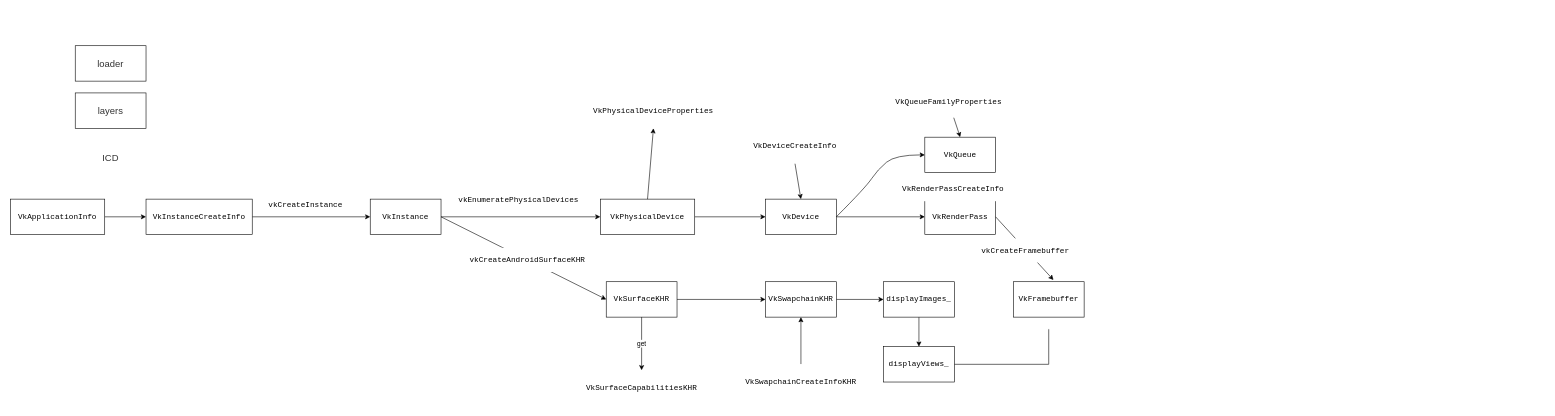
Earlier version of the draw.io diagram vulkan.drawio (loleng/mediatools). Source tidied: cells renumbered, new cells numbered last; positions are measured from the earlier drawing's top-left corner, leaving out a move shared by most shapes. Both pictures are drawn from the tidied source at 59%, with x=0, y=0 at pixel (10, 45).
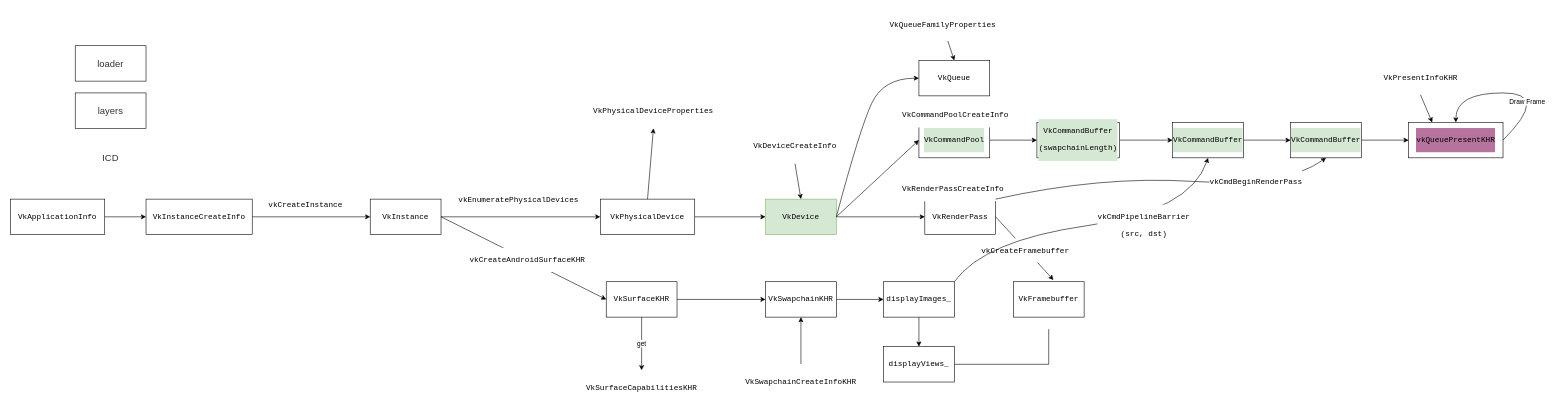
The same diagram, later.

Unchanged cells that the change refers to:
```xml
<mxCell id="36" value="&lt;pre style=&quot;font-family: &amp;quot;jetbrains mono&amp;quot;, monospace; font-size: 9.8pt;&quot;&gt;&lt;span style=&quot;&quot;&gt;VkRenderPass&lt;/span&gt;&lt;/pre&gt;" style="whiteSpace=wrap;html=1;fontColor=#000000;fillColor=#FFFFFF;labelBackgroundColor=#FFFFFF;" parent="1" vertex="1">
  <mxGeometry x="1550" y="260" width="120" height="60" as="geometry" />
</mxCell>
<mxCell id="39" value="&lt;pre style=&quot;font-family: &amp;quot;jetbrains mono&amp;quot;, monospace; font-size: 9.8pt;&quot;&gt;&lt;span style=&quot;&quot;&gt;displayImages_&lt;/span&gt;&lt;/pre&gt;" style="whiteSpace=wrap;html=1;fontColor=#000000;fillColor=#FFFFFF;labelBackgroundColor=#FFFFFF;" parent="1" vertex="1">
  <mxGeometry x="1480" y="400" width="120" height="60" as="geometry" />
</mxCell>
```

The edit, as a diff of the source:
```diff
@@
-    <mxCell id="25" value="&lt;pre style=&quot;font-family: &amp;quot;jetbrains mono&amp;quot;, monospace; font-size: 9.8pt;&quot;&gt;&lt;span style=&quot;&quot;&gt;VkDevice&lt;/span&gt;&lt;/pre&gt;" style="whiteSpace=wrap;html=1;fontColor=#000000;fillColor=#FFFFFF;labelBackgroundColor=#FFFFFF;" parent="1" vertex="1">
+    <mxCell id="25" value="&lt;pre style=&quot;font-family: &amp;quot;jetbrains mono&amp;quot;, monospace; font-size: 9.8pt;&quot;&gt;&lt;span style=&quot;&quot;&gt;VkDevice&lt;/span&gt;&lt;/pre&gt;" style="whiteSpace=wrap;html=1;fillColor=#D5E8D4;labelBackgroundColor=#D5E8D4;strokeColor=#82B366;" parent="1" vertex="1">
       <mxGeometry x="1280" y="260" width="120" height="60" as="geometry" />
     </mxCell>
@@
     <mxCell id="28" value="&lt;pre style=&quot;font-family: &amp;quot;jetbrains mono&amp;quot;, monospace; font-size: 9.8pt;&quot;&gt;&lt;span style=&quot;&quot;&gt;VkQueue&lt;/span&gt;&lt;/pre&gt;" style="whiteSpace=wrap;html=1;fontColor=#000000;fillColor=#FFFFFF;labelBackgroundColor=#FFFFFF;" parent="1" vertex="1">
-      <mxGeometry x="1550" y="155" width="120" height="60" as="geometry" />
+      <mxGeometry x="1540" y="25" width="120" height="60" as="geometry" />
     </mxCell>
     <mxCell id="29" value="&lt;pre style=&quot;font-family: &amp;quot;jetbrains mono&amp;quot;, monospace; font-size: 9.8pt;&quot;&gt;&lt;span style=&quot;&quot;&gt;VkQueueFamilyProperties&lt;/span&gt;&lt;/pre&gt;" style="text;html=1;align=center;verticalAlign=middle;points=[];strokeColor=none;fillColor=none;fontColor=#000000;labelBackgroundColor=default;" parent="1" vertex="1">
-      <mxGeometry x="1490" y="70" width="200" height="50" as="geometry" />
+      <mxGeometry x="1480" y="-60" width="200" height="50" as="geometry" />
     </mxCell>
@@
     <mxCell id="35" style="curved=1;endArrow=classic;html=1;rounded=0;fontColor=#000000;entryX=0;entryY=0.5;entryDx=0;entryDy=0;exitX=1;exitY=0.5;exitDx=0;exitDy=0;" parent="1" edge="1" source="25" target="28">
       <mxGeometry relative="1" as="geometry">
         <Array as="points">
-          <mxPoint x="1450" y="240" />
-          <mxPoint x="1470" y="210" />
-          <mxPoint x="1500" y="185" />
+          <mxPoint x="1440" y="140" />
+          <mxPoint x="1480" y="55" />
         </Array>
       </mxGeometry>
     </mxCell>
@@
+    <mxCell id="46" style="edgeStyle=orthogonalEdgeStyle;rounded=0;jettySize=auto;html=1;fontColor=#000000;" parent="1" edge="1" source="47" target="51">
+      <mxGeometry relative="1" as="geometry" />
+    </mxCell>
+    <mxCell id="47" value="&lt;pre style=&quot;font-family: &amp;quot;jetbrains mono&amp;quot; , monospace ; font-size: 9.8pt&quot;&gt;&lt;pre style=&quot;font-family: &amp;quot;jetbrains mono&amp;quot;, monospace; font-size: 9.8pt;&quot;&gt;&lt;span style=&quot;&quot;&gt;VkCommandPool&lt;/span&gt;&lt;/pre&gt;&lt;/pre&gt;" style="whiteSpace=wrap;html=1;fontColor=#000000;fillColor=#FFFFFF;labelBackgroundColor=#D5E8D4;" parent="1" vertex="1">
+      <mxGeometry x="1540" y="130" width="120" height="60" as="geometry" />
+    </mxCell>
+    <mxCell id="48" style="endArrow=classic;html=1;rounded=0;fontColor=#000000;exitX=1;exitY=0.5;exitDx=0;exitDy=0;entryX=0;entryY=0.5;entryDx=0;entryDy=0;" parent="1" edge="1" source="25" target="47">
+      <mxGeometry relative="1" as="geometry" />
+    </mxCell>
+    <mxCell id="49" value="&lt;pre style=&quot;font-family: &amp;quot;jetbrains mono&amp;quot;, monospace; font-size: 9.8pt;&quot;&gt;&lt;span style=&quot;&quot;&gt;VkCommandPoolCreateInfo&lt;/span&gt;&lt;/pre&gt;" style="text;whiteSpace=wrap;html=1;fontColor=#000000;labelBackgroundColor=default;" parent="1" vertex="1">
+      <mxGeometry x="1510" y="90" width="210" height="60" as="geometry" />
+    </mxCell>
+    <mxCell id="50" style="edgeStyle=orthogonalEdgeStyle;rounded=0;jettySize=auto;html=1;fontColor=#000000;" parent="1" edge="1" source="51" target="53">
+      <mxGeometry relative="1" as="geometry" />
+    </mxCell>
+    <mxCell id="51" value="&lt;pre style=&quot;font-family: &amp;quot;jetbrains mono&amp;quot; , monospace ; font-size: 9.8pt&quot;&gt;&lt;span&gt;VkCommandBuffer&lt;/span&gt;&lt;/pre&gt;&lt;pre style=&quot;font-family: &amp;quot;jetbrains mono&amp;quot; , monospace ; font-size: 9.8pt&quot;&gt;&lt;span&gt;(&lt;/span&gt;swapchainLength)&lt;/pre&gt;" style="whiteSpace=wrap;html=1;fontColor=#000000;fillColor=#FFFFFF;labelBackgroundColor=#D5E8D4;" parent="1" vertex="1">
+      <mxGeometry x="1740" y="130" width="140" height="60" as="geometry" />
+    </mxCell>
+    <mxCell id="52" style="edgeStyle=orthogonalEdgeStyle;rounded=0;jettySize=auto;html=1;fontColor=#000000;" parent="1" edge="1" source="53" target="57">
+      <mxGeometry relative="1" as="geometry" />
+    </mxCell>
+    <mxCell id="53" value="&lt;pre style=&quot;font-family: &amp;quot;jetbrains mono&amp;quot; , monospace ; font-size: 9.8pt&quot;&gt;VkCommandBuffer&lt;/pre&gt;" style="whiteSpace=wrap;html=1;fontColor=#000000;fillColor=#FFFFFF;labelBackgroundColor=#D5E8D4;" parent="1" vertex="1">
+      <mxGeometry x="1970" y="130" width="120" height="60" as="geometry" />
+    </mxCell>
+    <mxCell id="54" style="curved=1;endArrow=classic;html=1;rounded=0;fontColor=#000000;exitX=1;exitY=0;exitDx=0;exitDy=0;entryX=0.5;entryY=1;entryDx=0;entryDy=0;" parent="1" edge="1" source="39" target="53">
+      <mxGeometry relative="1" as="geometry">
+        <Array as="points">
+          <mxPoint x="1650" y="330" />
+          <mxPoint x="2000" y="280" />
+        </Array>
+      </mxGeometry>
+    </mxCell>
+    <mxCell id="55" value="&lt;pre style=&quot;font-family: &amp;#34;jetbrains mono&amp;#34; , monospace ; font-size: 9.8pt&quot;&gt;vkCmdPipelineBarrier&lt;/pre&gt;&lt;pre style=&quot;font-family: &amp;#34;jetbrains mono&amp;#34; , monospace ; font-size: 9.8pt&quot;&gt;(src, dst)&lt;/pre&gt;" style="edgeLabel;html=1;align=center;verticalAlign=middle;fontColor=#000000;labelBackgroundColor=#FFFFFF;" parent="54" vertex="1">
+      <mxGeometry x="0.12" relative="1" as="geometry">
+        <mxPoint x="60" y="5" as="offset" />
+      </mxGeometry>
+    </mxCell>
+    <mxCell id="56" style="edgeStyle=orthogonalEdgeStyle;rounded=0;jettySize=auto;html=1;fontColor=#000000;" parent="1" edge="1" source="57" target="60">
+      <mxGeometry relative="1" as="geometry" />
+    </mxCell>
+    <mxCell id="57" value="&lt;pre style=&quot;font-family: &amp;quot;jetbrains mono&amp;quot; , monospace ; font-size: 9.8pt&quot;&gt;VkCommandBuffer&lt;/pre&gt;" style="whiteSpace=wrap;html=1;fontColor=#000000;fillColor=#FFFFFF;labelBackgroundColor=#D5E8D4;" parent="1" vertex="1">
+      <mxGeometry x="2170" y="130" width="120" height="60" as="geometry" />
+    </mxCell>
+    <mxCell id="58" style="curved=1;endArrow=classic;html=1;rounded=0;fontColor=#000000;exitX=1;exitY=0;exitDx=0;exitDy=0;entryX=0.5;entryY=1;entryDx=0;entryDy=0;" parent="1" edge="1" source="36" target="57">
+      <mxGeometry relative="1" as="geometry">
+        <Array as="points">
+          <mxPoint x="1850" y="220" />
+          <mxPoint x="2160" y="240" />
+        </Array>
+      </mxGeometry>
+    </mxCell>
+    <mxCell id="59" value="&lt;pre style=&quot;font-family: &amp;quot;jetbrains mono&amp;quot;, monospace; font-size: 9.8pt;&quot;&gt;vkCmdBeginRenderPass&lt;/pre&gt;" style="edgeLabel;html=1;align=center;verticalAlign=middle;fontColor=#000000;labelBackgroundColor=#FFFFFF;" parent="58" vertex="1">
+      <mxGeometry x="0.53" y="6" relative="1" as="geometry" />
+    </mxCell>
+    <mxCell id="60" value="&lt;pre style=&quot;font-family: &amp;quot;jetbrains mono&amp;quot;, monospace; font-size: 9.8pt;&quot;&gt;vkQueuePresentKHR&lt;/pre&gt;" style="whiteSpace=wrap;html=1;fontColor=#000000;fillColor=#FFFFFF;labelBackgroundColor=#B5739D;" parent="1" vertex="1">
+      <mxGeometry x="2370" y="130" width="160" height="60" as="geometry" />
+    </mxCell>
+    <mxCell id="61" style="curved=1;endArrow=classic;html=1;rounded=0;fontColor=#000000;exitX=1;exitY=0.5;exitDx=0;exitDy=0;entryX=0.5;entryY=0;entryDx=0;entryDy=0;" parent="1" edge="1" source="60" target="60">
+      <mxGeometry relative="1" as="geometry">
+        <Array as="points">
+          <mxPoint x="2610" y="80" />
+          <mxPoint x="2450" y="80" />
+        </Array>
+      </mxGeometry>
+    </mxCell>
+    <mxCell id="62" value="Draw Frame" style="edgeLabel;html=1;align=center;verticalAlign=middle;fontColor=#000000;" parent="61" vertex="1">
+      <mxGeometry x="-0.05" y="14" relative="1" as="geometry" />
+    </mxCell>
+    <mxCell id="63" value="&lt;pre style=&quot;font-family: &amp;quot;jetbrains mono&amp;quot;, monospace; font-size: 9.8pt;&quot;&gt;&lt;span style=&quot;&quot;&gt;VkPresentInfoKHR&lt;/span&gt;&lt;/pre&gt;" style="text;html=1;align=center;verticalAlign=middle;points=[];strokeColor=none;fillColor=none;fontColor=#000000;labelBackgroundColor=default;" parent="1" vertex="1">
+      <mxGeometry x="2320" y="30" width="140" height="50" as="geometry" />
+    </mxCell>
+    <mxCell id="64" style="endArrow=classic;html=1;rounded=0;fontColor=#000000;exitX=0.5;exitY=1.06;exitDx=0;exitDy=0;exitPerimeter=0;entryX=0.25;entryY=0;entryDx=0;entryDy=0;" parent="1" edge="1" source="63" target="60">
+      <mxGeometry relative="1" as="geometry" />
+    </mxCell>
```
